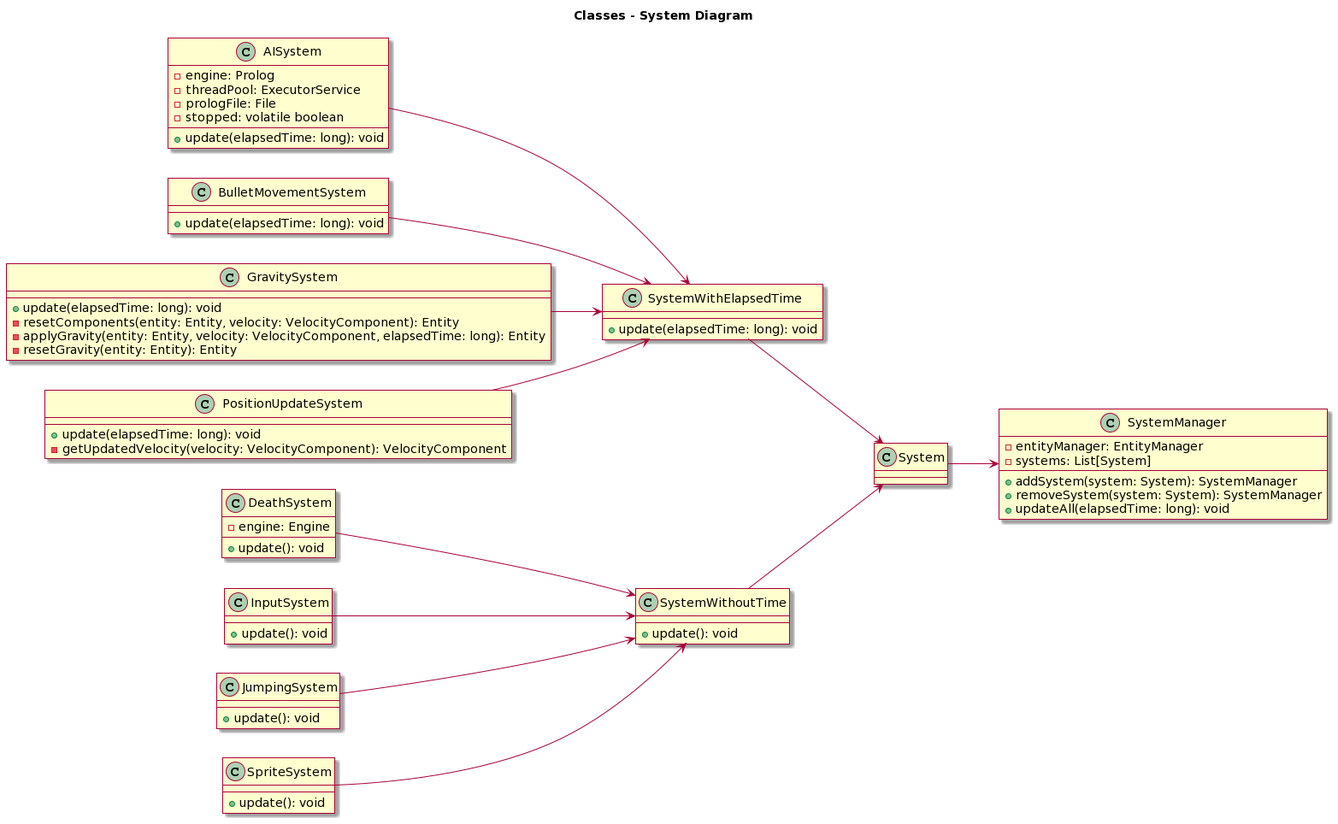
Above: docs/img/Systems.png in MarzoliLeo/PPS-22-MetalScala3 (PlantUML), before the change. The source it was exported from:
```plantuml
@startuml
skin rose

title Classes - System Diagram

left to right direction
class AISystem {
  - engine: Prolog
  - threadPool: ExecutorService
  - prologFile: File
  - stopped: volatile boolean
  + update(elapsedTime: long): void
}


class BulletMovementSystem {
  + update(elapsedTime: long): void
}

class DeathSystem {
  - engine: Engine
  + update(): void
}

class GravitySystem {
  + update(elapsedTime: long): void
  - resetComponents(entity: Entity, velocity: VelocityComponent): Entity
  - applyGravity(entity: Entity, velocity: VelocityComponent, elapsedTime: long): Entity
  - resetGravity(entity: Entity): Entity
}

class InputSystem {
  + update(): void
}

class JumpingSystem {
  + update(): void
}

class PositionUpdateSystem {
  + update(elapsedTime: long): void
  - getUpdatedVelocity(velocity: VelocityComponent): VelocityComponent
}

class SpriteSystem {
  + update(): void
}

class System {
}

class SystemWithoutTime {
  + update(): void
}

class SystemWithElapsedTime {
  + update(elapsedTime: long): void
}

class SystemManager {
  - entityManager: EntityManager
  - systems: List[System]
  + addSystem(system: System): SystemManager
  + removeSystem(system: System): SystemManager
  + updateAll(elapsedTime: long): void
}

AISystem --> SystemWithElapsedTime
BulletMovementSystem --> SystemWithElapsedTime
DeathSystem --> SystemWithoutTime
GravitySystem --> SystemWithElapsedTime
InputSystem --> SystemWithoutTime
JumpingSystem --> SystemWithoutTime
PositionUpdateSystem --> SystemWithElapsedTime
SpriteSystem --> SystemWithoutTime
SystemWithoutTime --> System
SystemWithElapsedTime --> System

System --> SystemManager
@enduml
```
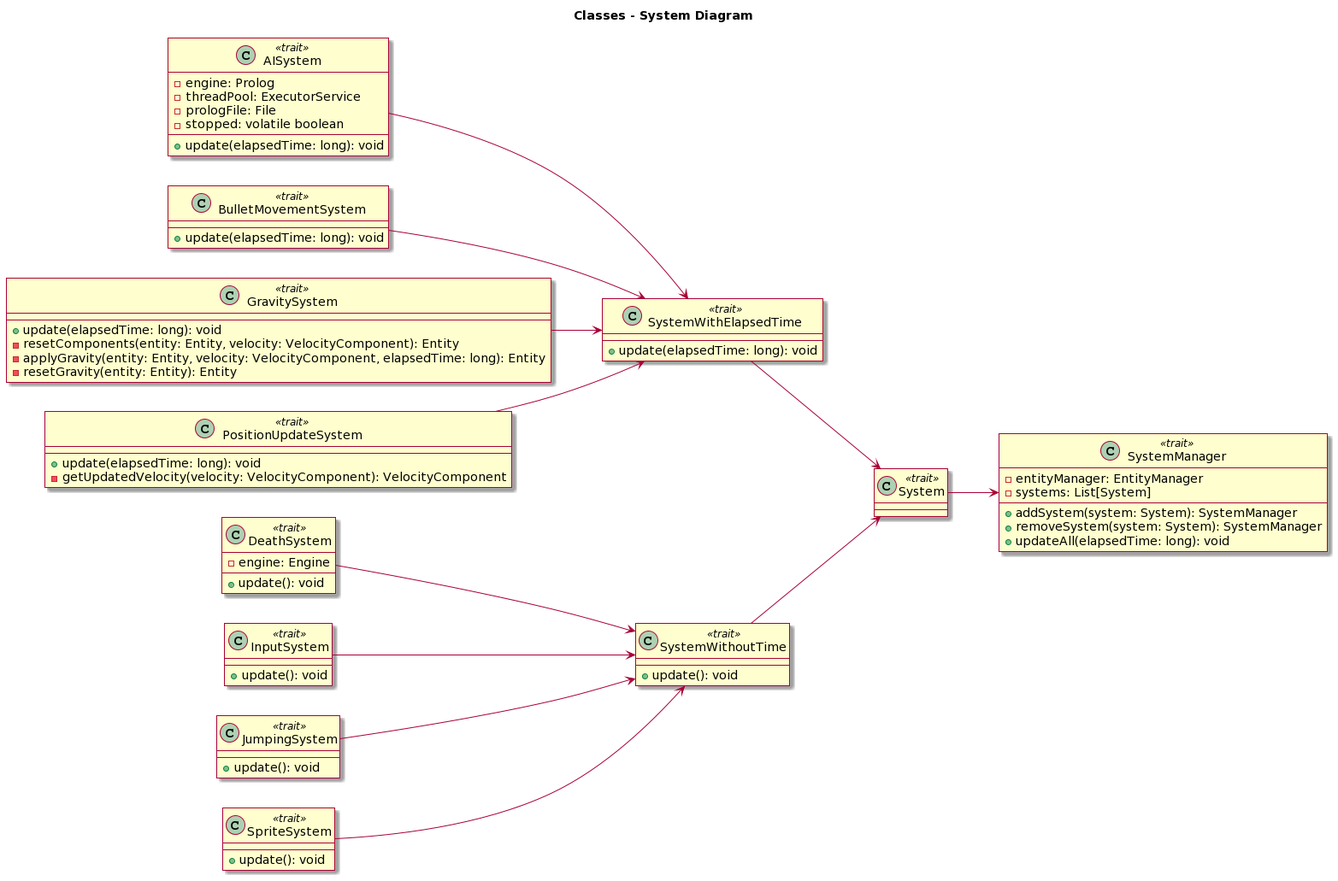
After the commit.

The edit, as a diff of the source:
```diff
@@ -4,7 +4,7 @@
 title Classes - System Diagram
 
 left to right direction
-class AISystem {
+class AISystem <<trait>> {
   - engine: Prolog
   - threadPool: ExecutorService
   - prologFile: File
@@ -13,51 +13,51 @@
 }
 
 
-class BulletMovementSystem {
+class BulletMovementSystem <<trait>> {
   + update(elapsedTime: long): void
 }
 
-class DeathSystem {
+class DeathSystem <<trait>> {
   - engine: Engine
   + update(): void
 }
 
-class GravitySystem {
+class GravitySystem <<trait>> {
   + update(elapsedTime: long): void
   - resetComponents(entity: Entity, velocity: VelocityComponent): Entity
   - applyGravity(entity: Entity, velocity: VelocityComponent, elapsedTime: long): Entity
   - resetGravity(entity: Entity): Entity
 }
 
-class InputSystem {
+class InputSystem <<trait>> {
   + update(): void
 }
 
-class JumpingSystem {
+class JumpingSystem <<trait>> {
   + update(): void
 }
 
-class PositionUpdateSystem {
+class PositionUpdateSystem <<trait>> {
   + update(elapsedTime: long): void
   - getUpdatedVelocity(velocity: VelocityComponent): VelocityComponent
 }
 
-class SpriteSystem {
+class SpriteSystem <<trait>> {
   + update(): void
 }
 
-class System {
+class System <<trait>> {
 }
 
-class SystemWithoutTime {
+class SystemWithoutTime <<trait>> {
   + update(): void
 }
 
-class SystemWithElapsedTime {
+class SystemWithElapsedTime <<trait>> {
   + update(elapsedTime: long): void
 }
 
-class SystemManager {
+class SystemManager <<trait>> {
   - entityManager: EntityManager
   - systems: List[System]
   + addSystem(system: System): SystemManager
```
